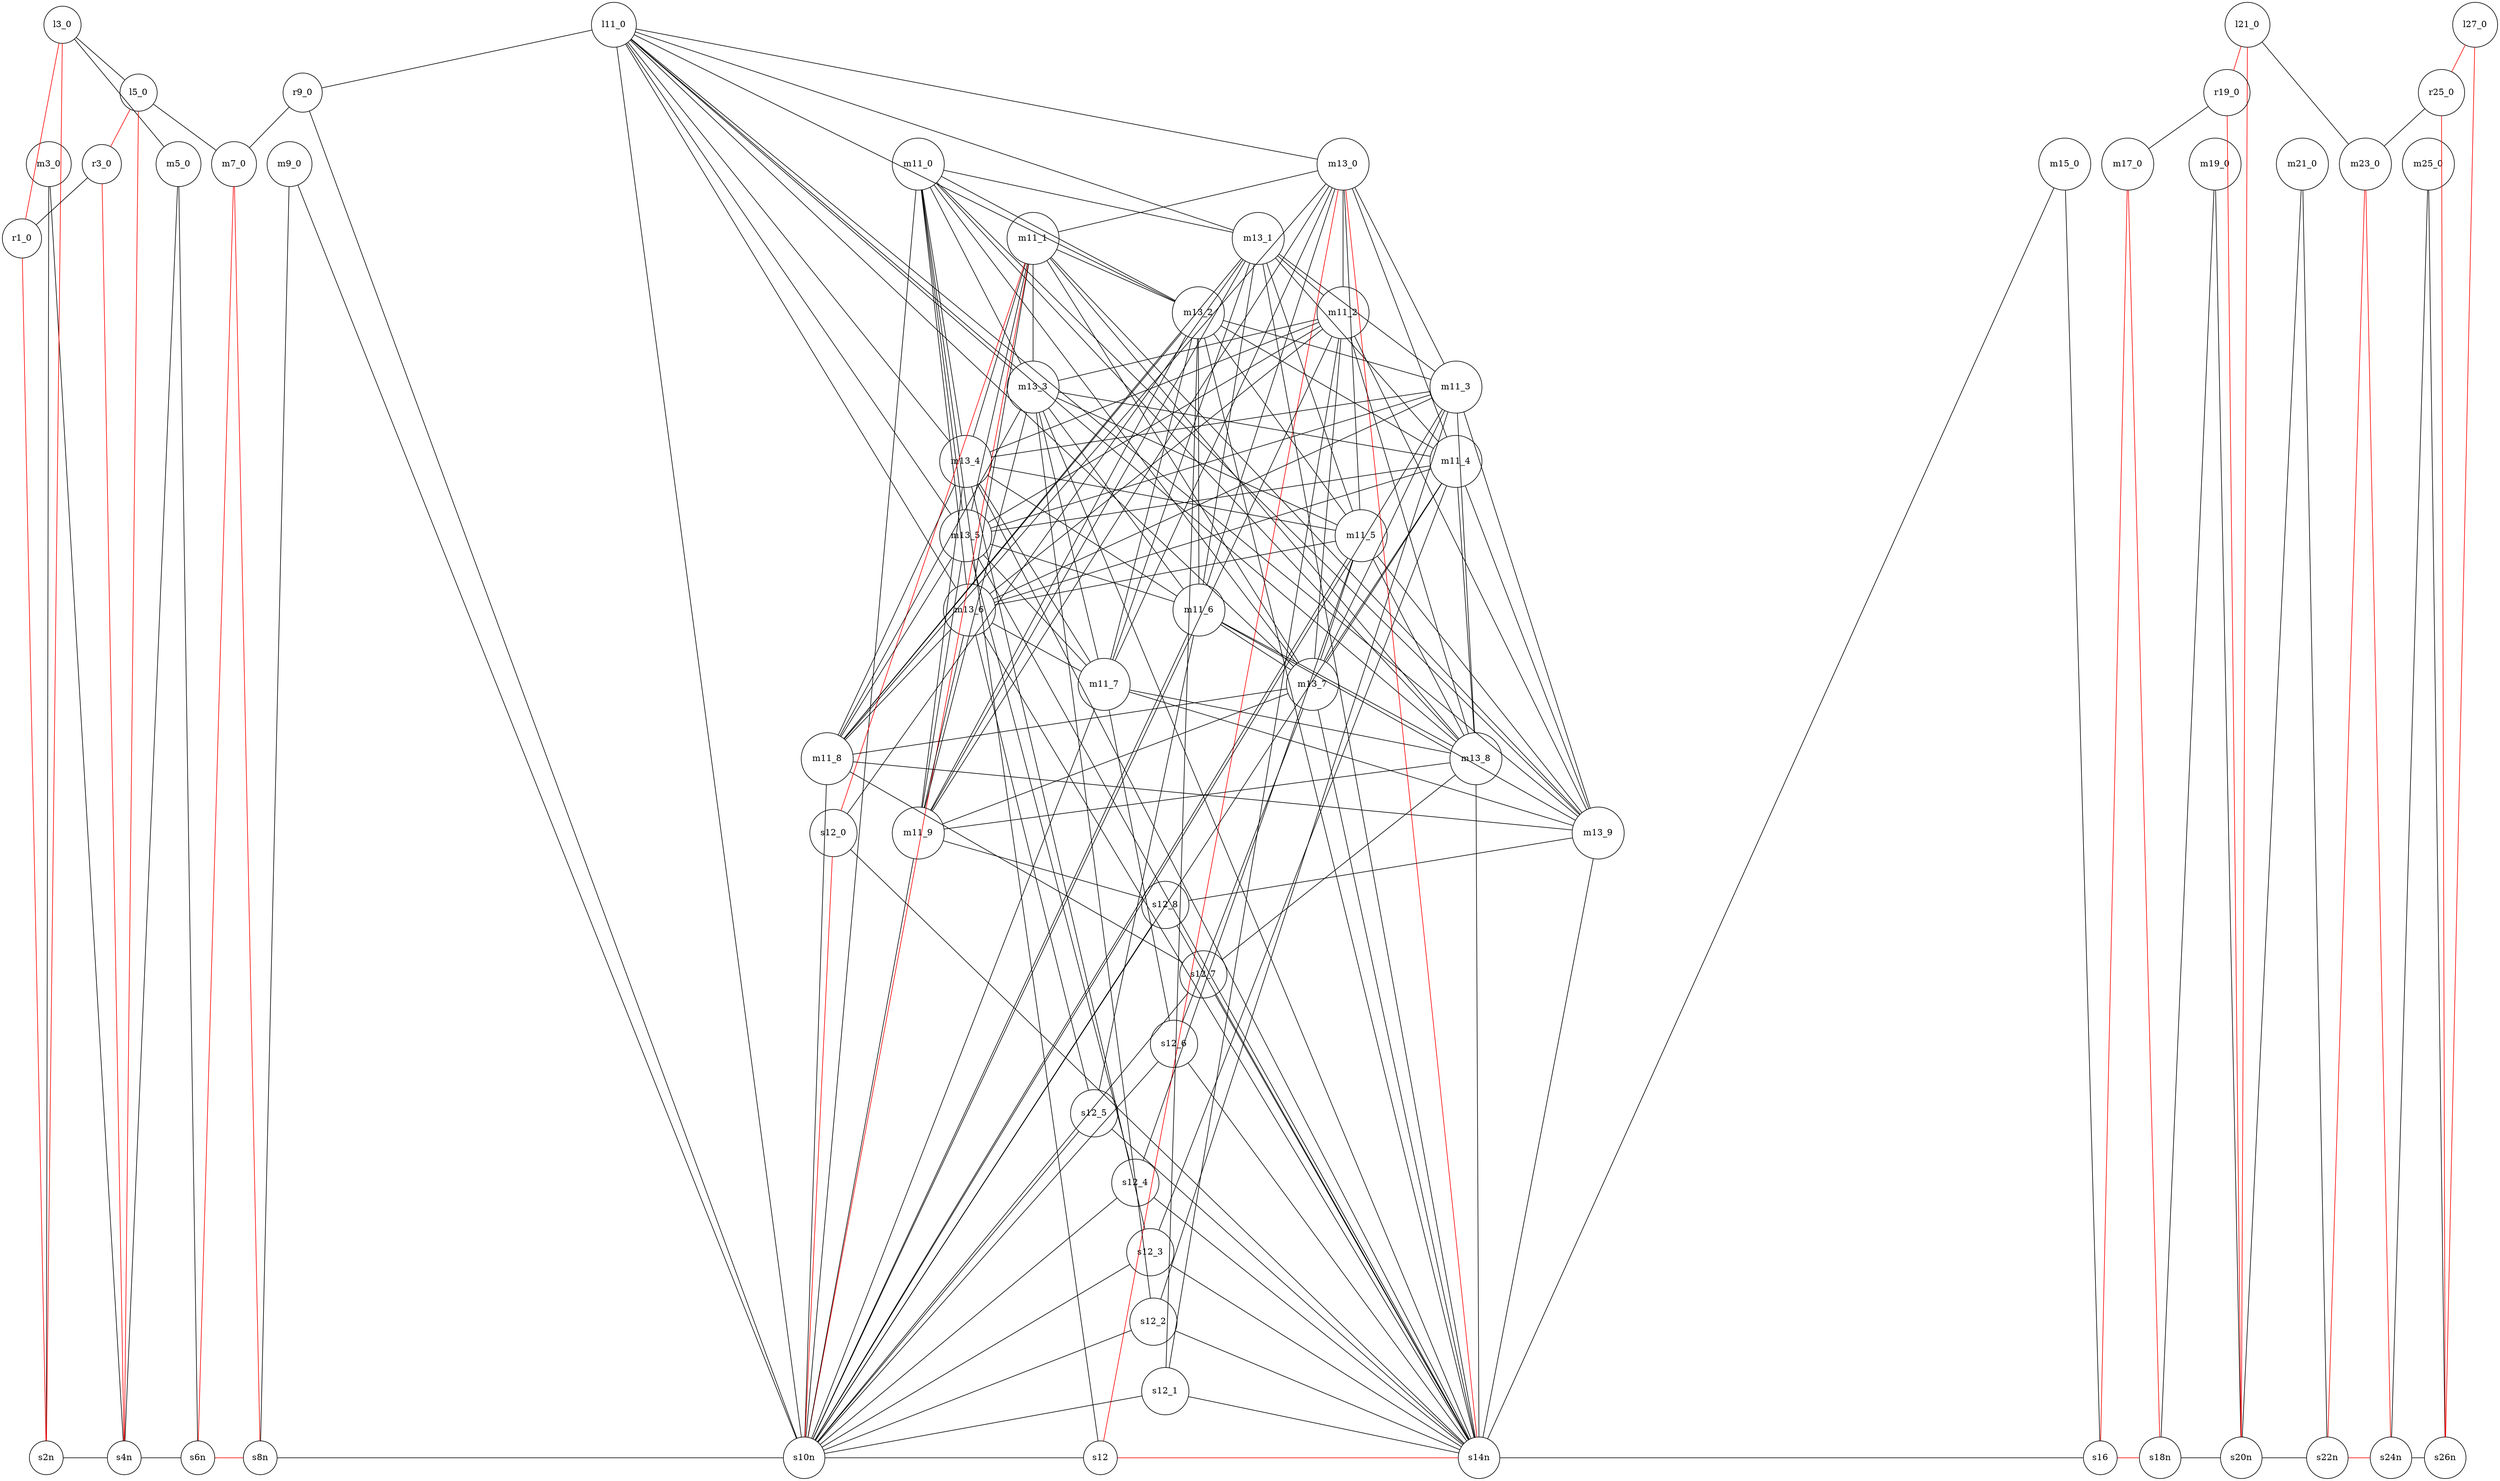
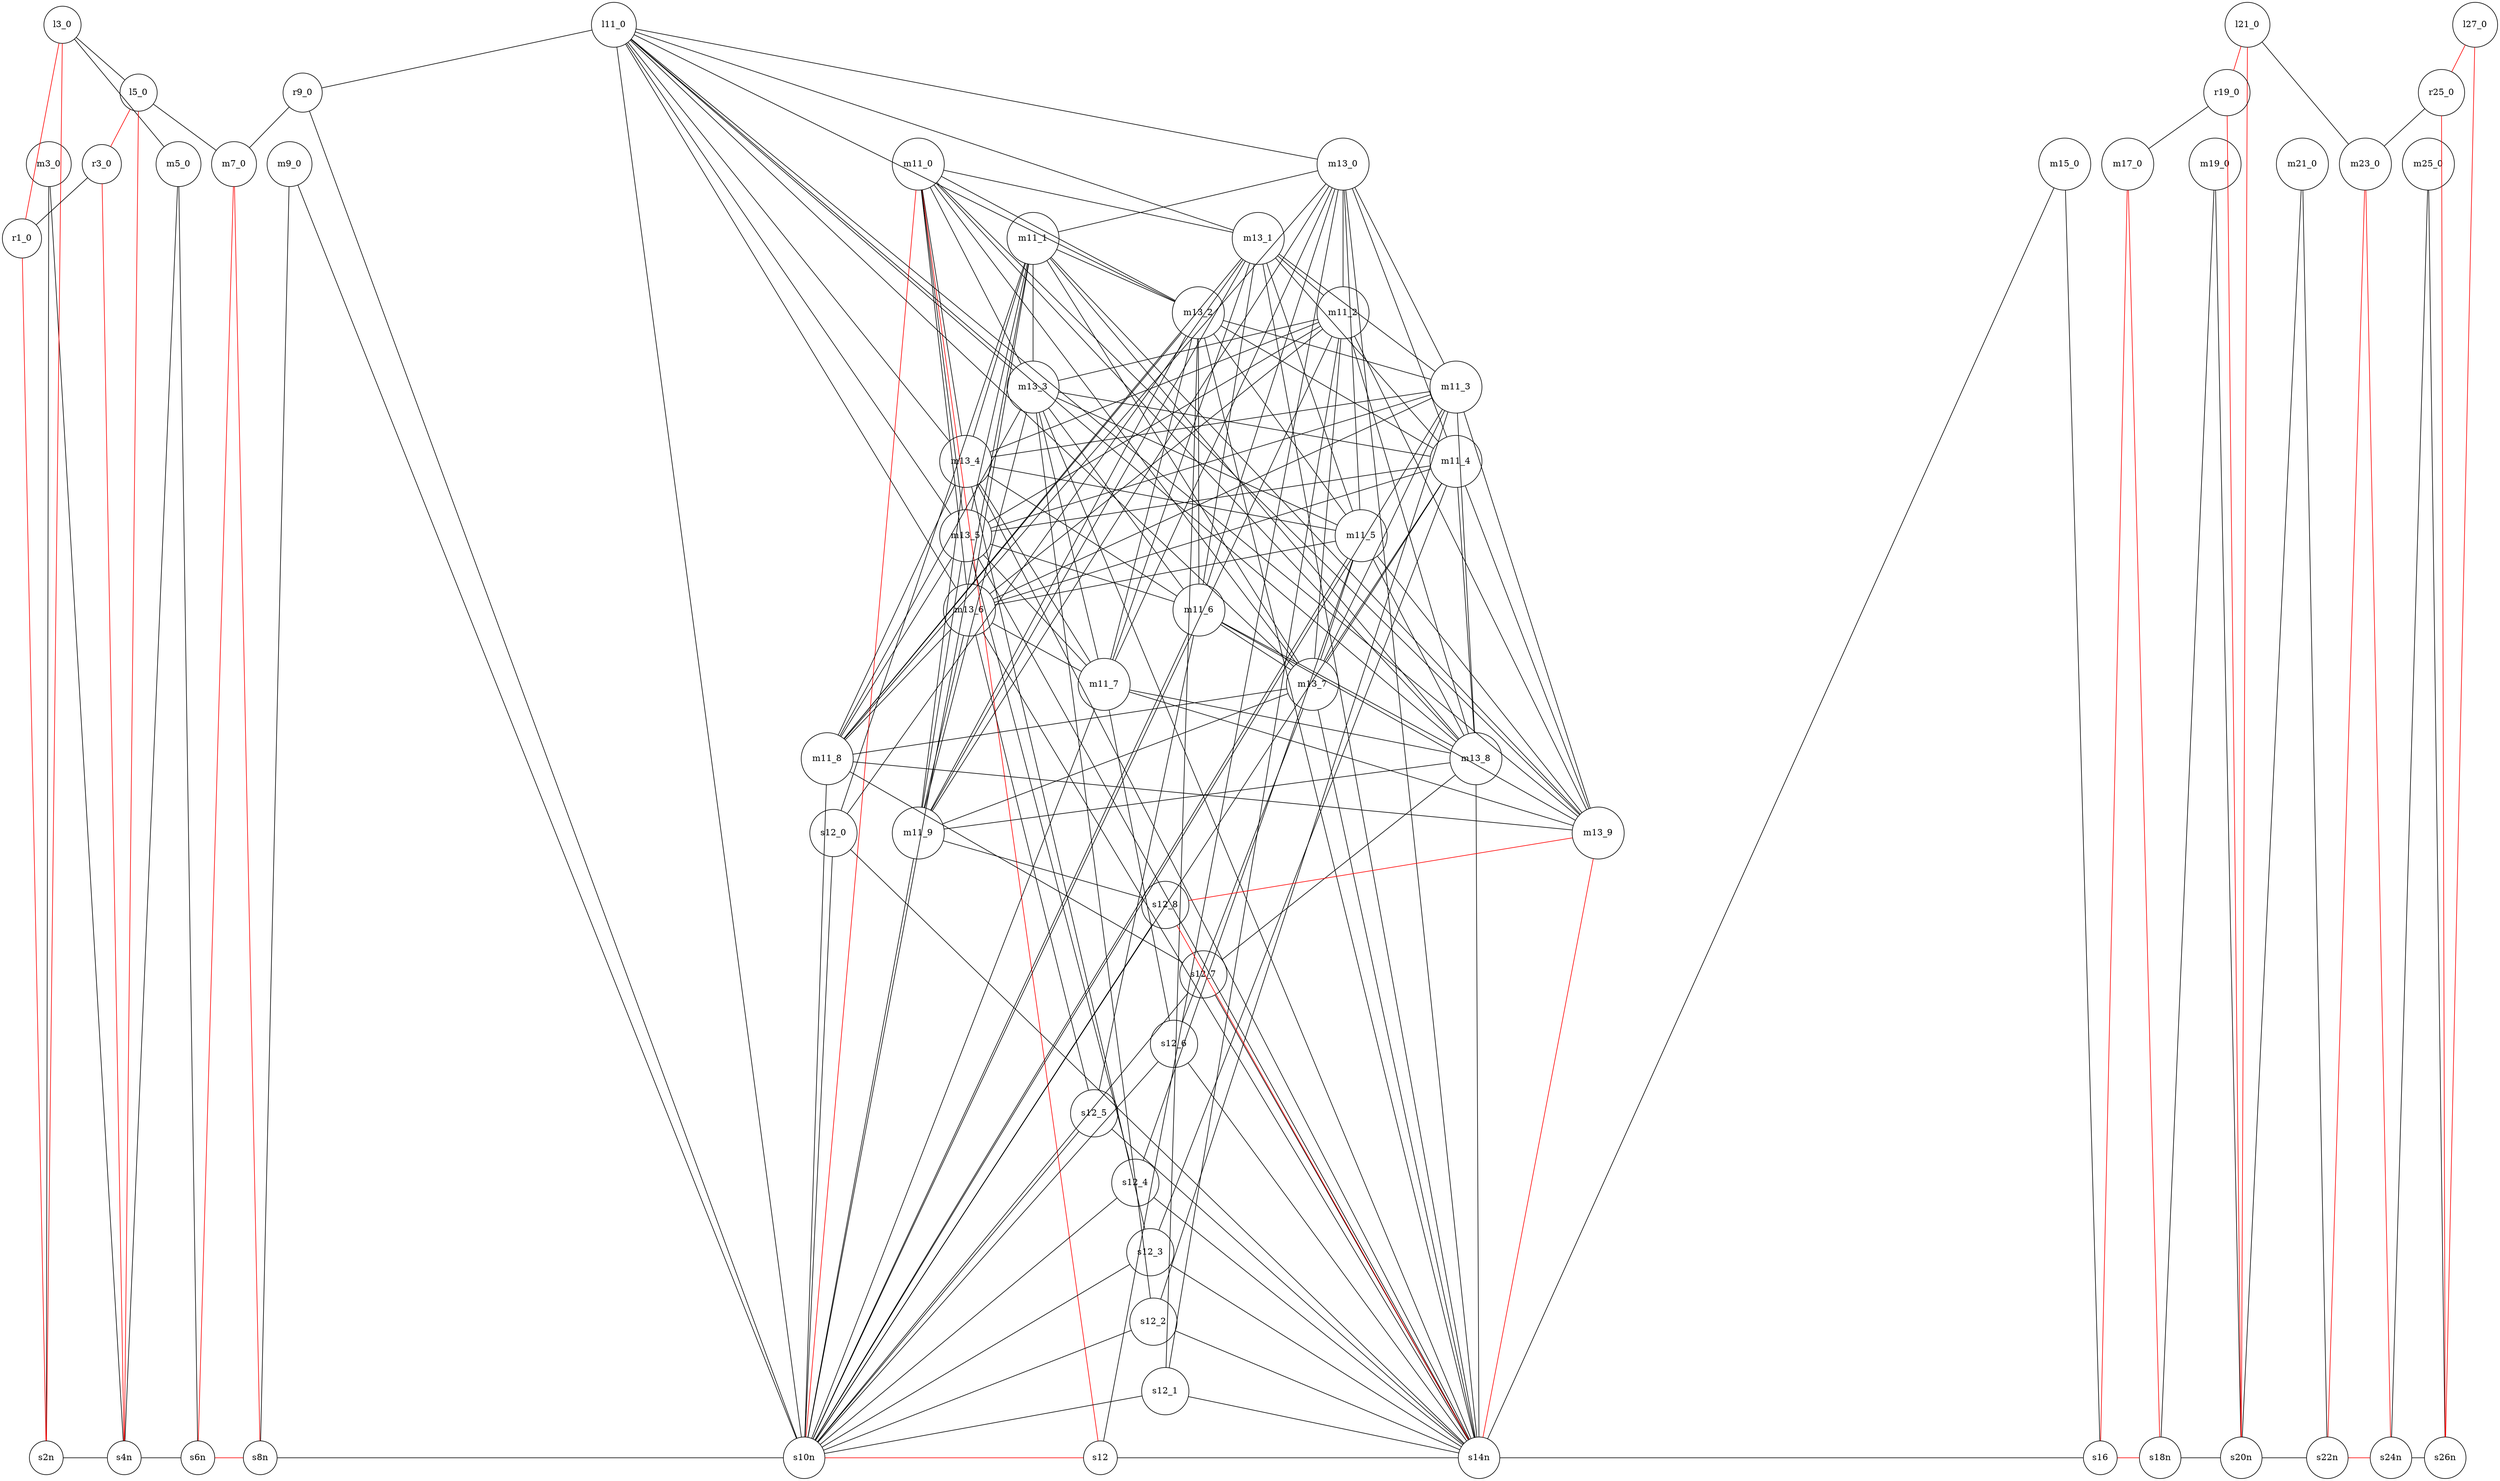
graph "ParsedPoT" {
	layout=dot;
	rankdir=TB;
	splines=false;
	newrank=true;
	{ rank=same; s10n; s12; s14n; s16; s18n; s20n; s22n; s24n; s26n; s2n; s4n; s6n; s8n; }
	{ rank=same; m11_0; m13_0; m15_0; m17_0; m19_0; m21_0; m23_0; m25_0; m3_0; m5_0; m7_0; m9_0; }
	{ rank=same; m11_1; m13_1; }
	{ rank=same; m11_2; m13_2; }
	{ rank=same; m11_3; m13_3; }
	{ rank=same; m11_4; m13_4; }
	{ rank=same; m11_5; m13_5; }
	{ rank=same; m11_6; m13_6; }
	{ rank=same; m11_7; m13_7; }
	{ rank=same; m11_8; m13_8; }
	{ rank=same; m11_9; m13_9; s12_0; }
	{ rank=same; s12_1; }
	{ rank=same; s12_2; }
	{ rank=same; s12_3; }
	{ rank=same; s12_4; }
	{ rank=same; s12_5; }
	{ rank=same; s12_6; }
	{ rank=same; s12_7; }
	{ rank=same; s12_8; }

	s2n [shape=circle];
	s4n [shape=circle];
	s6n [shape=circle];
	s8n [shape=circle];
	s10n [shape=circle];
	s12 [shape=circle];
	s14n [shape=circle];
	s16 [shape=circle];
	s18n [shape=circle];
	s20n [shape=circle];
	s22n [shape=circle];
	s24n [shape=circle];
	s26n [shape=circle];
	m3_0 [shape=circle];
	m5_0 [shape=circle];
	m7_0 [shape=circle];
	m9_0 [shape=circle];
	m11_0 [shape=circle];
	m13_0 [shape=circle];
	m15_0 [shape=circle];
	m17_0 [shape=circle];
	m19_0 [shape=circle];
	m21_0 [shape=circle];
	m23_0 [shape=circle];
	m25_0 [shape=circle];
	s12_0 [shape=circle];
	m11_1 [shape=circle];
	m13_1 [shape=circle];
	s12_1 [shape=circle];
	m11_2 [shape=circle];
	m13_2 [shape=circle];
	s12_2 [shape=circle];
	m11_3 [shape=circle];
	m13_3 [shape=circle];
	s12_3 [shape=circle];
	m11_4 [shape=circle];
	m13_4 [shape=circle];
	s12_4 [shape=circle];
	m11_5 [shape=circle];
	m13_5 [shape=circle];
	s12_5 [shape=circle];
	m11_6 [shape=circle];
	m13_6 [shape=circle];
	s12_6 [shape=circle];
	m11_7 [shape=circle];
	m13_7 [shape=circle];
	s12_7 [shape=circle];
	m11_8 [shape=circle];
	m13_8 [shape=circle];
	s12_8 [shape=circle];
	m11_9 [shape=circle];
	m13_9 [shape=circle];
	l3_0 [shape=circle];
	r1_0 [shape=circle];
	l5_0 [shape=circle];
	r3_0 [shape=circle];
	l11_0 [shape=circle];
	r9_0 [shape=circle];
	l21_0 [shape=circle];
	r19_0 [shape=circle];
	l27_0 [shape=circle];
	r25_0 [shape=circle];

	s2n -- s4n;
	m3_0 -- s2n;
	m3_0 -- s4n;
	s4n -- s6n;
	m5_0 -- s4n;
	m5_0 -- s6n;
	s6n -- s8n [color=red];
	m7_0 -- s6n [color=red];
	m7_0 -- s8n [color=red];
	s8n -- s10n;
	m9_0 -- s8n;
	m9_0 -- s10n;
- 	s10n -- s12;
- 	m11_0 -- s10n;
- 	m11_0 -- s12;
- 	s12 -- s14n [color=red];
- 	m13_0 -- s12 [color=red];
- 	m13_0 -- s14n [color=red];
+ 	s10n -- s12 [color=red];
+ 	m11_0 -- s10n [color=red];
+ 	m11_0 -- s12 [color=red];
+ 	s12 -- s14n;
+ 	m13_0 -- s12;
+ 	m13_0 -- s14n;
	s14n -- s16;
	m15_0 -- s14n;
	m15_0 -- s16;
	s16 -- s18n [color=red];
	m17_0 -- s16 [color=red];
	m17_0 -- s18n [color=red];
	s18n -- s20n;
	m19_0 -- s18n;
	m19_0 -- s20n;
	s20n -- s22n;
	m21_0 -- s20n;
	m21_0 -- s22n;
	s22n -- s24n [color=red];
	m23_0 -- s22n [color=red];
	m23_0 -- s24n [color=red];
	s24n -- s26n;
	m25_0 -- s24n;
	m25_0 -- s26n;
- 	s12_0 -- s10n [color=red];
- 	m11_1 -- s10n [color=red];
- 	m11_1 -- s12_0 [color=red];
+ 	s12_0 -- s10n;
+ 	m11_1 -- s10n;
+ 	m11_1 -- s12_0;
	s12_0 -- s14n;
	m13_1 -- s12_0;
	m13_1 -- s14n;
	s12_1 -- s10n;
	m11_2 -- s10n;
	m11_2 -- s12_1;
	s12_1 -- s14n;
	m13_2 -- s12_1;
	m13_2 -- s14n;
	s12_2 -- s10n;
	m11_3 -- s10n;
	m11_3 -- s12_2;
	s12_2 -- s14n;
	m13_3 -- s12_2;
	m13_3 -- s14n;
	s12_3 -- s10n;
	m11_4 -- s10n;
	m11_4 -- s12_3;
	s12_3 -- s14n;
	m13_4 -- s12_3;
	m13_4 -- s14n;
	s12_4 -- s10n;
	m11_5 -- s10n;
	m11_5 -- s12_4;
	s12_4 -- s14n;
	m13_5 -- s12_4;
	m13_5 -- s14n;
	s12_5 -- s10n;
	m11_6 -- s10n;
	m11_6 -- s12_5;
	s12_5 -- s14n;
	m13_6 -- s12_5;
	m13_6 -- s14n;
	s12_6 -- s10n;
	m11_7 -- s10n;
	m11_7 -- s12_6;
	s12_6 -- s14n;
	m13_7 -- s12_6;
	m13_7 -- s14n;
	s12_7 -- s10n;
	m11_8 -- s10n;
	m11_8 -- s12_7;
	s12_7 -- s14n;
	m13_8 -- s12_7;
	m13_8 -- s14n;
	s12_8 -- s10n;
	m11_9 -- s10n;
	m11_9 -- s12_8;
- 	s12_8 -- s14n;
- 	m13_9 -- s12_8;
- 	m13_9 -- s14n;
+ 	s12_8 -- s14n [color=red];
+ 	m13_9 -- s12_8 [color=red];
+ 	m13_9 -- s14n [color=red];
	l3_0 -- s2n [color=red];
	r1_0 -- s2n [color=red];
	l3_0 -- r1_0 [color=red];
	l5_0 -- s4n [color=red];
	r3_0 -- s4n [color=red];
	l5_0 -- r3_0 [color=red];
	l11_0 -- s10n;
	r9_0 -- s10n;
	l11_0 -- r9_0;
	l21_0 -- s20n [color=red];
	r19_0 -- s20n [color=red];
	l21_0 -- r19_0 [color=red];
	l27_0 -- s26n [color=red];
	r25_0 -- s26n [color=red];
	l27_0 -- r25_0 [color=red];
	r3_0 -- r1_0;
	l3_0 -- m5_0;
	l3_0 -- l5_0;
	l5_0 -- m7_0;
	r9_0 -- m7_0;
	m11_0 -- m13_1;
	m11_0 -- m13_2;
	m11_0 -- m13_3;
	m11_0 -- m13_4;
	m11_0 -- m13_5;
	m11_0 -- m13_6;
	m11_0 -- m13_7;
	m11_0 -- m13_8;
	m11_0 -- m13_9;
	m11_1 -- m13_0;
	m11_1 -- m13_2;
	m11_1 -- m13_3;
	m11_1 -- m13_4;
	m11_1 -- m13_5;
	m11_1 -- m13_6;
	m11_1 -- m13_7;
	m11_1 -- m13_8;
	m11_1 -- m13_9;
	m11_2 -- m13_0;
	m11_2 -- m13_1;
	m11_2 -- m13_3;
	m11_2 -- m13_4;
	m11_2 -- m13_5;
	m11_2 -- m13_6;
	m11_2 -- m13_7;
	m11_2 -- m13_8;
	m11_2 -- m13_9;
	m11_3 -- m13_0;
	m11_3 -- m13_1;
	m11_3 -- m13_2;
	m11_3 -- m13_4;
	m11_3 -- m13_5;
	m11_3 -- m13_6;
	m11_3 -- m13_7;
	m11_3 -- m13_8;
	m11_3 -- m13_9;
	m11_4 -- m13_0;
	m11_4 -- m13_1;
	m11_4 -- m13_2;
	m11_4 -- m13_3;
	m11_4 -- m13_5;
	m11_4 -- m13_6;
	m11_4 -- m13_7;
	m11_4 -- m13_8;
	m11_4 -- m13_9;
	m11_5 -- m13_0;
	m11_5 -- m13_1;
	m11_5 -- m13_2;
	m11_5 -- m13_3;
	m11_5 -- m13_4;
	m11_5 -- m13_6;
	m11_5 -- m13_7;
	m11_5 -- m13_8;
	m11_5 -- m13_9;
	m11_6 -- m13_0;
	m11_6 -- m13_1;
	m11_6 -- m13_2;
	m11_6 -- m13_3;
	m11_6 -- m13_4;
	m11_6 -- m13_5;
	m11_6 -- m13_7;
	m11_6 -- m13_8;
	m11_6 -- m13_9;
	m11_7 -- m13_0;
	m11_7 -- m13_1;
	m11_7 -- m13_2;
	m11_7 -- m13_3;
	m11_7 -- m13_4;
	m11_7 -- m13_5;
	m11_7 -- m13_6;
	m11_7 -- m13_8;
	m11_7 -- m13_9;
	m11_8 -- m13_0;
	m11_8 -- m13_1;
	m11_8 -- m13_2;
	m11_8 -- m13_3;
	m11_8 -- m13_4;
	m11_8 -- m13_5;
	m11_8 -- m13_6;
	m11_8 -- m13_7;
	m11_8 -- m13_9;
	m11_9 -- m13_0;
	m11_9 -- m13_1;
	m11_9 -- m13_2;
	m11_9 -- m13_3;
	m11_9 -- m13_4;
	m11_9 -- m13_5;
	m11_9 -- m13_6;
	m11_9 -- m13_7;
	m11_9 -- m13_8;
	l11_0 -- m13_0;
	l11_0 -- m13_1;
	l11_0 -- m13_2;
	l11_0 -- m13_3;
	l11_0 -- m13_4;
	l11_0 -- m13_5;
	l11_0 -- m13_6;
	l11_0 -- m13_7;
	l11_0 -- m13_8;
	l11_0 -- m13_9;
	r19_0 -- m17_0;
	l21_0 -- m23_0;
	r25_0 -- m23_0;

	// Contraintes d'alignement vertical par groupe
	r3_0 -- l3_0 [style=invis];
	l3_0 -- m3_0 [style=invis];
	l5_0 -- m5_0 [style=invis];
	r9_0 -- m9_0 [style=invis];
	l11_0 -- m11_9 [style=invis];
	m11_9 -- m11_8 [style=invis];
	m11_8 -- m11_7 [style=invis];
	m11_7 -- m11_6 [style=invis];
	m11_6 -- m11_5 [style=invis];
	m11_5 -- m11_4 [style=invis];
	m11_4 -- m11_3 [style=invis];
	m11_3 -- m11_2 [style=invis];
	m11_2 -- m11_1 [style=invis];
	m11_1 -- m11_0 [style=invis];
	s12_8 -- s12_7 [style=invis];
	s12_7 -- s12_6 [style=invis];
	s12_6 -- s12_5 [style=invis];
	s12_5 -- s12_4 [style=invis];
	s12_4 -- s12_3 [style=invis];
	s12_3 -- s12_2 [style=invis];
	s12_2 -- s12_1 [style=invis];
	s12_1 -- s12_0 [style=invis];
	s12_0 -- s12 [style=invis];
	m13_9 -- m13_8 [style=invis];
	m13_8 -- m13_7 [style=invis];
	m13_7 -- m13_6 [style=invis];
	m13_6 -- m13_5 [style=invis];
	m13_5 -- m13_4 [style=invis];
	m13_4 -- m13_3 [style=invis];
	m13_3 -- m13_2 [style=invis];
	m13_2 -- m13_1 [style=invis];
	m13_1 -- m13_0 [style=invis];
	r19_0 -- m19_0 [style=invis];
	l21_0 -- m21_0 [style=invis];
	r25_0 -- m25_0 [style=invis];
}
